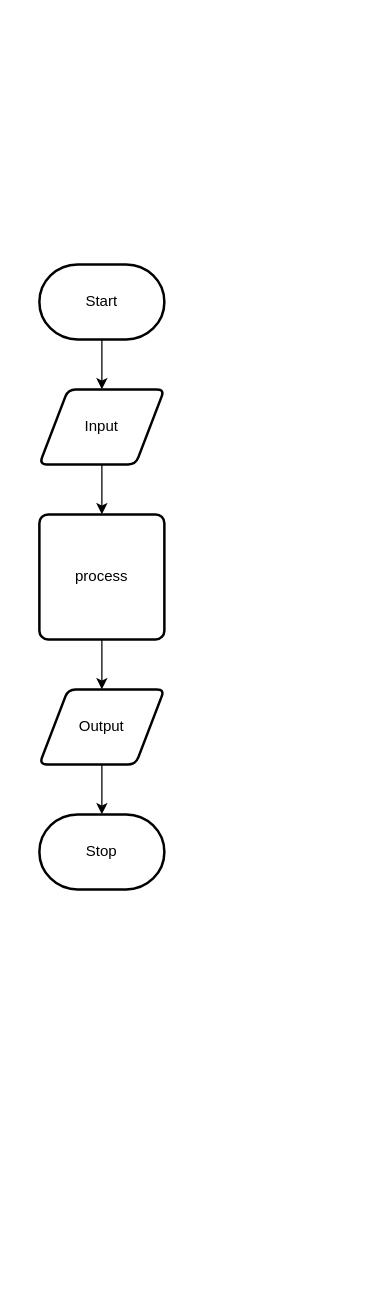
Earlier version of the draw.io diagram design/flow-chart.drawio (ekaterina-chernykh/ICS20-Unit-5-01). Source tidied: cells renumbered, new cells numbered last; positions are measured from the earlier drawing's top-left corner, leaving out a move shared by most shapes. Both pictures are drawn from the tidied source at 125%, with x=0, y=0 at pixel (39, 264).
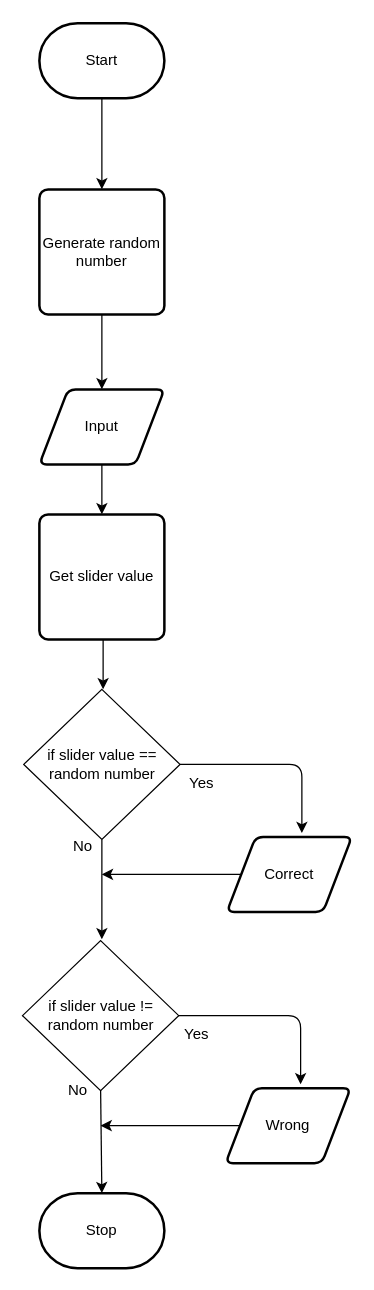
The same diagram, later.

Commit message (it also covers changes not shown here):
flowchart and story board

Unchanged cells that the change refers to:
```xml
<mxCell id="5" value="Input" style="shape=parallelogram;html=1;strokeWidth=2;perimeter=parallelogramPerimeter;whiteSpace=wrap;rounded=1;arcSize=12;size=0.23;" parent="1" vertex="1">
  <mxGeometry y="100" width="100" height="60" as="geometry" />
</mxCell>
```

The edit, as a diff of the source:
```diff
@@
-    <mxCell id="2" style="edgeStyle=none;html=1;" parent="1" edge="1" source="3" target="5">
+    <mxCell id="2" style="edgeStyle=none;html=1;exitX=0.5;exitY=1;exitDx=0;exitDy=0;" parent="1" edge="1" source="13" target="5">
       <mxGeometry relative="1" as="geometry" />
     </mxCell>
+    <mxCell id="11" style="edgeStyle=none;html=1;exitX=0.5;exitY=1;exitDx=0;exitDy=0;exitPerimeter=0;entryX=0.5;entryY=0;entryDx=0;entryDy=0;" parent="1" edge="1" source="3" target="13">
+      <mxGeometry relative="1" as="geometry" />
+    </mxCell>
     <mxCell id="3" value="Start" style="strokeWidth=2;html=1;shape=mxgraph.flowchart.terminator;whiteSpace=wrap;" parent="1" vertex="1">
-      <mxGeometry width="100" height="60" as="geometry" />
+      <mxGeometry y="-193" width="100" height="60" as="geometry" />
     </mxCell>
@@
-    <mxCell id="6" style="edgeStyle=none;html=1;" parent="1" edge="1" source="7" target="9">
-      <mxGeometry relative="1" as="geometry" />
+    <mxCell id="6" style="edgeStyle=none;html=1;" parent="1" edge="1">
+      <mxGeometry relative="1" as="geometry">
+        <mxPoint x="51" y="300" as="sourcePoint" />
+        <mxPoint x="51" y="340" as="targetPoint" />
+      </mxGeometry>
     </mxCell>
-    <mxCell id="7" value="process" style="rounded=1;whiteSpace=wrap;html=1;absoluteArcSize=1;arcSize=14;strokeWidth=2;" parent="1" vertex="1">
+    <mxCell id="7" value="Get slider value" style="rounded=1;whiteSpace=wrap;html=1;absoluteArcSize=1;arcSize=14;strokeWidth=2;" parent="1" vertex="1">
       <mxGeometry y="200" width="100" height="100" as="geometry" />
     </mxCell>
-    <mxCell id="8" style="edgeStyle=none;html=1;" parent="1" edge="1" source="9" target="10">
-      <mxGeometry relative="1" as="geometry" />
-    </mxCell>
+    <mxCell id="12" style="edgeStyle=none;html=1;exitX=0;exitY=0.5;exitDx=0;exitDy=0;" parent="1" edge="1" source="9">
+      <mxGeometry relative="1" as="geometry">
+        <mxPoint x="50" y="488" as="targetPoint" />
+      </mxGeometry>
+    </mxCell>
-    <mxCell id="9" value="Output" style="shape=parallelogram;html=1;strokeWidth=2;perimeter=parallelogramPerimeter;whiteSpace=wrap;rounded=1;arcSize=12;size=0.23;" parent="1" vertex="1">
-      <mxGeometry y="340" width="100" height="60" as="geometry" />
+    <mxCell id="9" value="Correct" style="shape=parallelogram;html=1;strokeWidth=2;perimeter=parallelogramPerimeter;whiteSpace=wrap;rounded=1;arcSize=12;size=0.23;" parent="1" vertex="1">
+      <mxGeometry x="150" y="458" width="100" height="60" as="geometry" />
     </mxCell>
     <mxCell id="10" value="Stop" style="strokeWidth=2;html=1;shape=mxgraph.flowchart.terminator;whiteSpace=wrap;" parent="1" vertex="1">
-      <mxGeometry y="440" width="100" height="60" as="geometry" />
+      <mxGeometry y="743" width="100" height="60" as="geometry" />
     </mxCell>
+    <mxCell id="13" value="Generate random number" style="rounded=1;whiteSpace=wrap;html=1;absoluteArcSize=1;arcSize=14;strokeWidth=2;" parent="1" vertex="1">
+      <mxGeometry y="-60" width="100" height="100" as="geometry" />
+    </mxCell>
+    <mxCell id="14" style="edgeStyle=none;html=1;exitX=1;exitY=0.5;exitDx=0;exitDy=0;entryX=0.6;entryY=-0.05;entryDx=0;entryDy=0;entryPerimeter=0;" parent="1" edge="1" source="16" target="9">
+      <mxGeometry relative="1" as="geometry">
+        <Array as="points">
+          <mxPoint x="210" y="400" />
+        </Array>
+      </mxGeometry>
+    </mxCell>
+    <mxCell id="15" style="edgeStyle=none;html=1;exitX=0.5;exitY=1;exitDx=0;exitDy=0;" parent="1" edge="1" source="16">
+      <mxGeometry relative="1" as="geometry">
+        <mxPoint x="50" y="540" as="targetPoint" />
+      </mxGeometry>
+    </mxCell>
+    <mxCell id="16" value="if slider value == random number" style="rhombus;whiteSpace=wrap;html=1;" parent="1" vertex="1">
+      <mxGeometry x="-12.5" y="340" width="125" height="120" as="geometry" />
+    </mxCell>
+    <mxCell id="17" style="edgeStyle=none;html=1;exitX=0;exitY=0.5;exitDx=0;exitDy=0;" parent="1" edge="1" source="18">
+      <mxGeometry relative="1" as="geometry">
+        <mxPoint x="49" y="689" as="targetPoint" />
+      </mxGeometry>
+    </mxCell>
+    <mxCell id="18" value="Wrong" style="shape=parallelogram;html=1;strokeWidth=2;perimeter=parallelogramPerimeter;whiteSpace=wrap;rounded=1;arcSize=12;size=0.23;" parent="1" vertex="1">
+      <mxGeometry x="149" y="659" width="100" height="60" as="geometry" />
+    </mxCell>
+    <mxCell id="19" style="edgeStyle=none;html=1;exitX=1;exitY=0.5;exitDx=0;exitDy=0;entryX=0.6;entryY=-0.05;entryDx=0;entryDy=0;entryPerimeter=0;" parent="1" edge="1" source="21" target="18">
+      <mxGeometry relative="1" as="geometry">
+        <Array as="points">
+          <mxPoint x="209" y="601" />
+        </Array>
+      </mxGeometry>
+    </mxCell>
+    <mxCell id="20" style="edgeStyle=none;html=1;exitX=0.5;exitY=1;exitDx=0;exitDy=0;entryX=0.5;entryY=0;entryDx=0;entryDy=0;entryPerimeter=0;" parent="1" edge="1" source="21" target="10">
+      <mxGeometry relative="1" as="geometry" />
+    </mxCell>
+    <mxCell id="21" value="if slider value != random number" style="rhombus;whiteSpace=wrap;html=1;" parent="1" vertex="1">
+      <mxGeometry x="-13.5" y="541" width="125" height="120" as="geometry" />
+    </mxCell>
+    <mxCell id="22" value="Yes" style="text;html=1;strokeColor=none;fillColor=none;align=center;verticalAlign=middle;whiteSpace=wrap;rounded=0;" parent="1" vertex="1">
+      <mxGeometry x="100" y="400" width="60" height="30" as="geometry" />
+    </mxCell>
+    <mxCell id="23" value="No" style="text;html=1;strokeColor=none;fillColor=none;align=center;verticalAlign=middle;whiteSpace=wrap;rounded=0;" parent="1" vertex="1">
+      <mxGeometry x="5" y="451" width="60" height="30" as="geometry" />
+    </mxCell>
+    <mxCell id="24" value="Yes" style="text;html=1;strokeColor=none;fillColor=none;align=center;verticalAlign=middle;whiteSpace=wrap;rounded=0;" parent="1" vertex="1">
+      <mxGeometry x="96" y="601" width="60" height="30" as="geometry" />
+    </mxCell>
+    <mxCell id="25" value="No" style="text;html=1;strokeColor=none;fillColor=none;align=center;verticalAlign=middle;whiteSpace=wrap;rounded=0;" parent="1" vertex="1">
+      <mxGeometry x="1" y="646" width="60" height="30" as="geometry" />
+    </mxCell>
```
